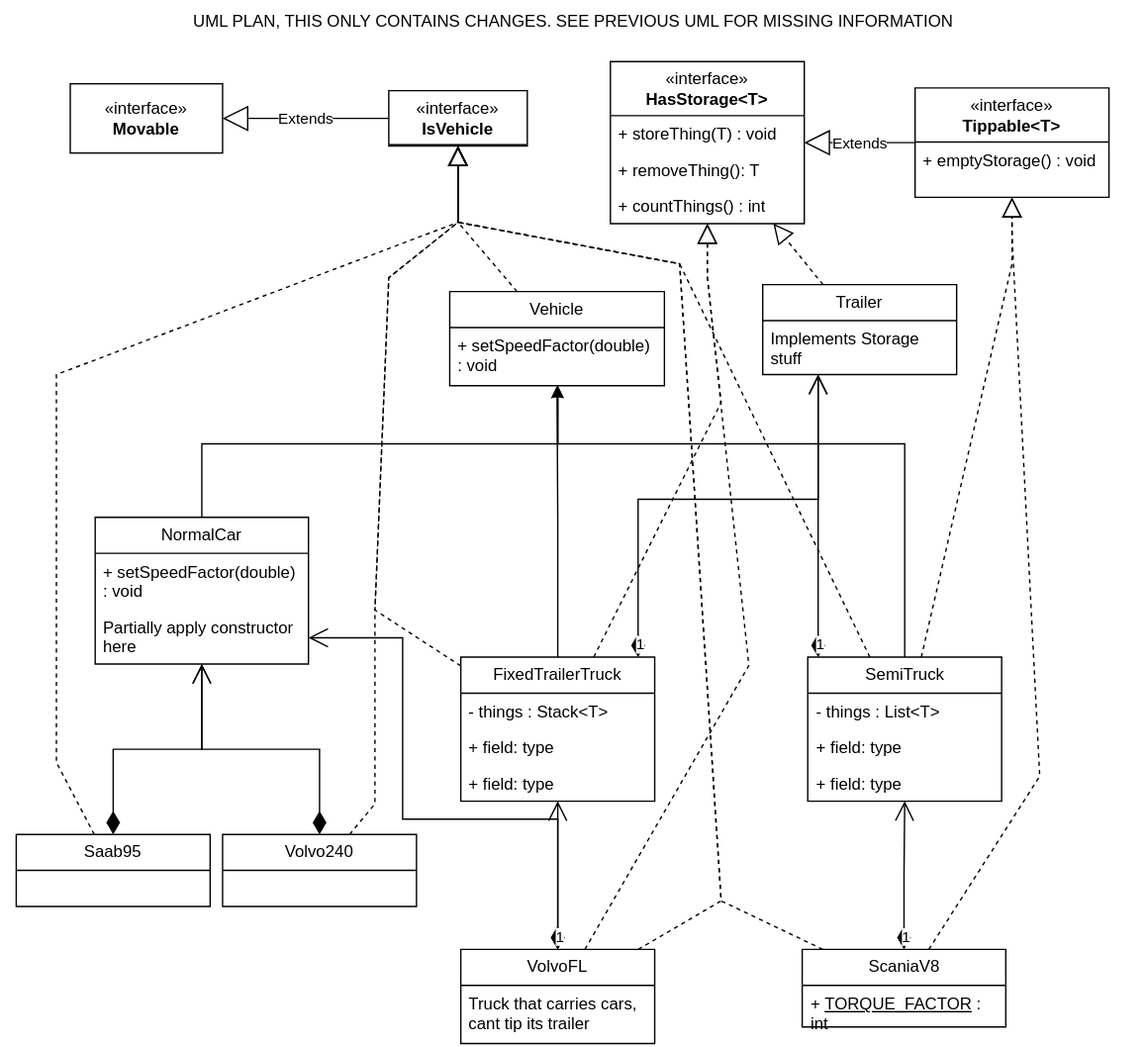
vicha00/DIT954-Labb-Grupp16 keeps this draw.io diagram as UML/UML-plan-2.svg. Above is the earlier version. Source tidied: cells renumbered, new cells last; positions are measured from the earlier drawing's top-left corner, leaving out a move shared by most shapes.
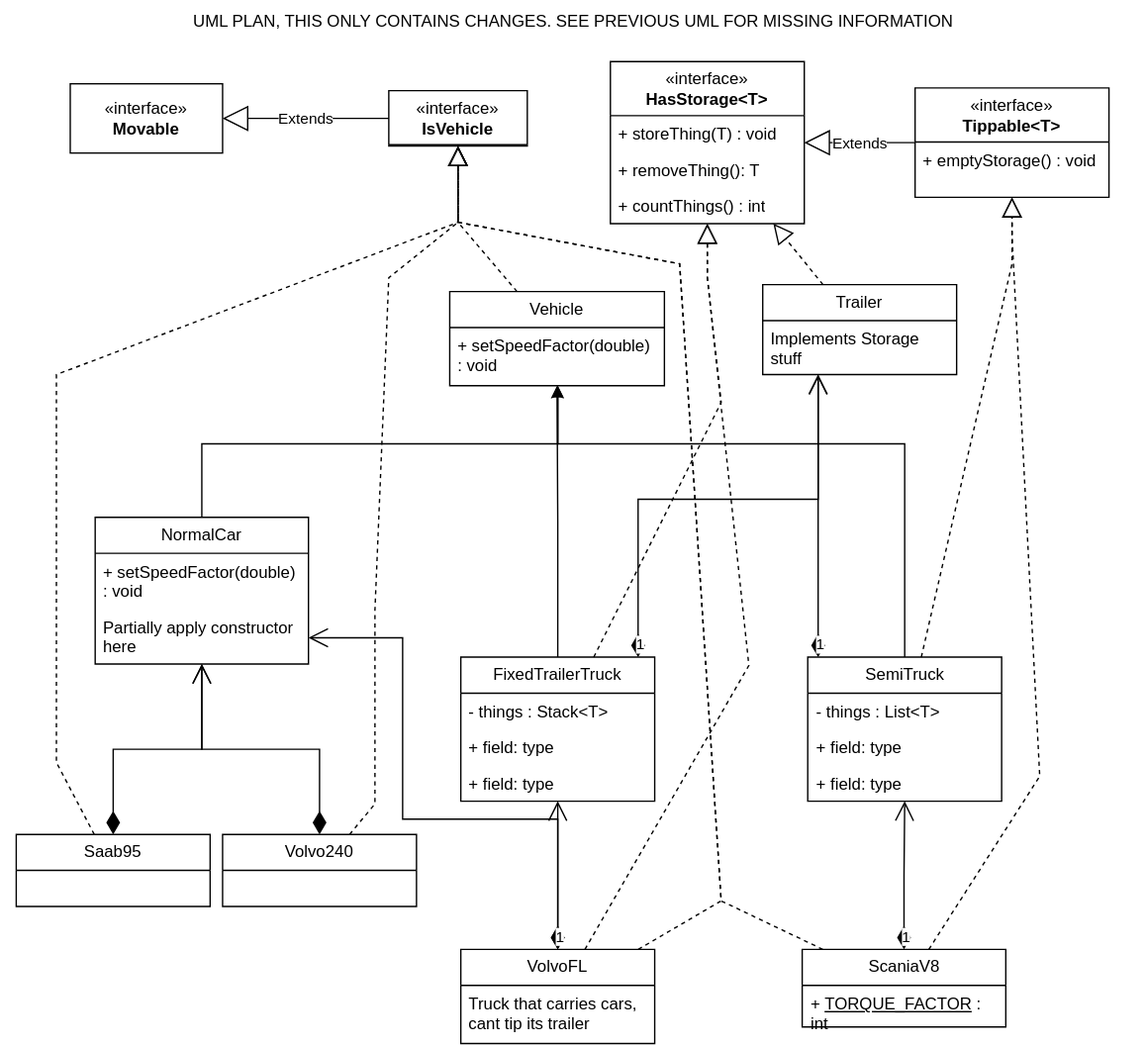
Later version of the same file.

Commit message:
added NormalCar and updated UML

What changed in the source:
```diff
@@ -32,23 +32,6 @@
         </Array>
       </mxGeometry>
     </mxCell>
-    <mxCell id="9" style="endArrow=block;dashed=1;endFill=0;endSize=12;html=1;rounded=0;" parent="1" edge="1" source="36" target="29">
-      <mxGeometry relative="1" as="geometry">
-        <Array as="points">
-          <mxPoint x="490" y="190" />
-          <mxPoint x="330" y="160" />
-        </Array>
-      </mxGeometry>
-    </mxCell>
-    <mxCell id="10" style="endArrow=block;dashed=1;endFill=0;endSize=12;html=1;rounded=0;" parent="1" edge="1" source="32" target="29">
-      <mxGeometry relative="1" as="geometry">
-        <Array as="points">
-          <mxPoint x="270" y="440" />
-          <mxPoint x="280" y="200" />
-          <mxPoint x="330" y="160" />
-        </Array>
-      </mxGeometry>
-    </mxCell>
     <mxCell id="11" style="endArrow=block;dashed=1;endFill=0;endSize=12;html=1;rounded=0;" parent="1" edge="1" source="3" target="29">
       <mxGeometry relative="1" as="geometry">
         <Array as="points">
```
